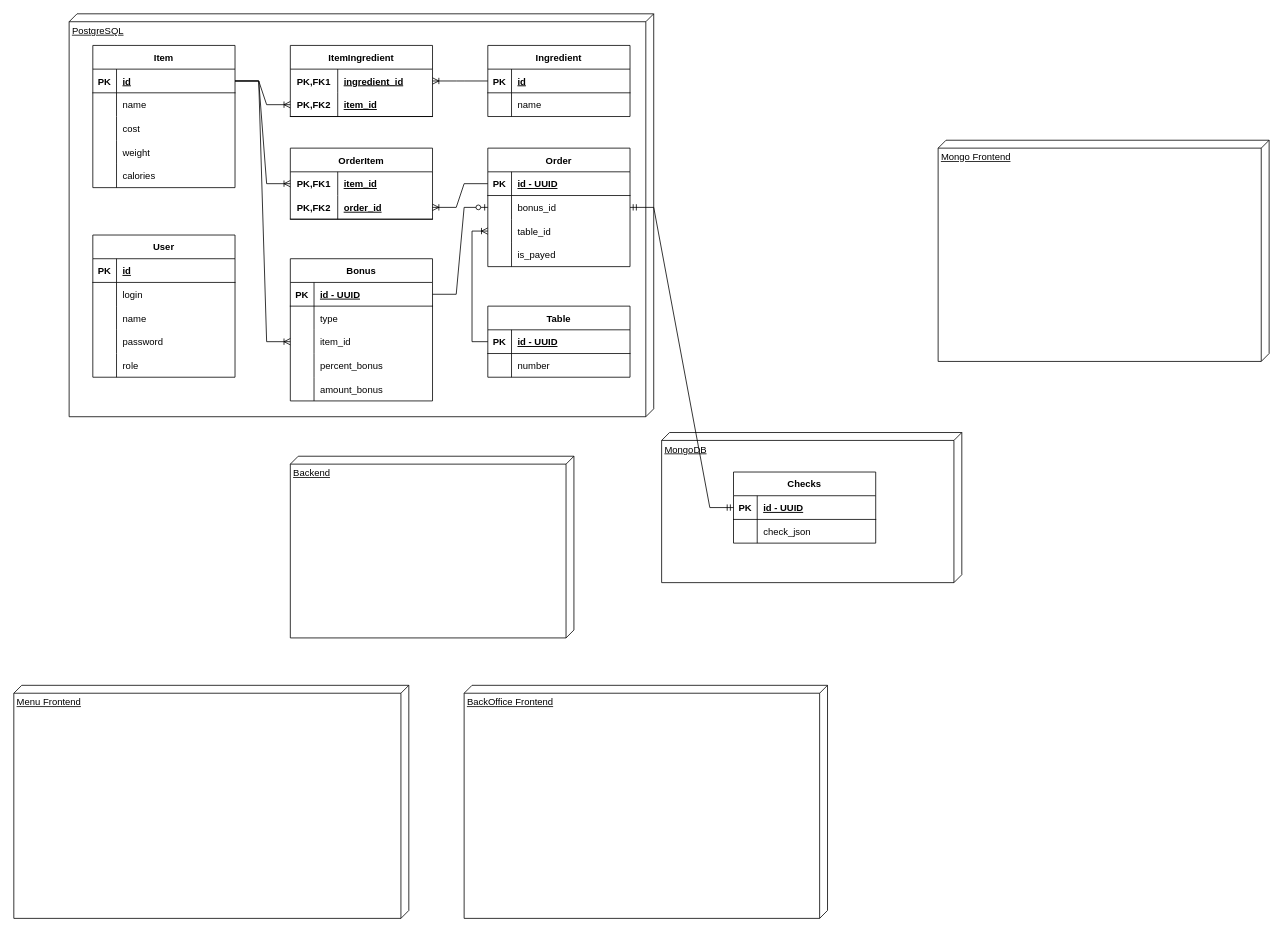
Before: Shishabar.drawio in ProdamGaraj/Shishabar, a draw.io diagram. Source tidied: cells renumbered, new cells numbered last; positions are measured from the earlier drawing's top-left corner, leaving out a move shared by most shapes. Both pictures are drawn from the tidied source at 79%, with x=0, y=0 at pixel (13, 13).
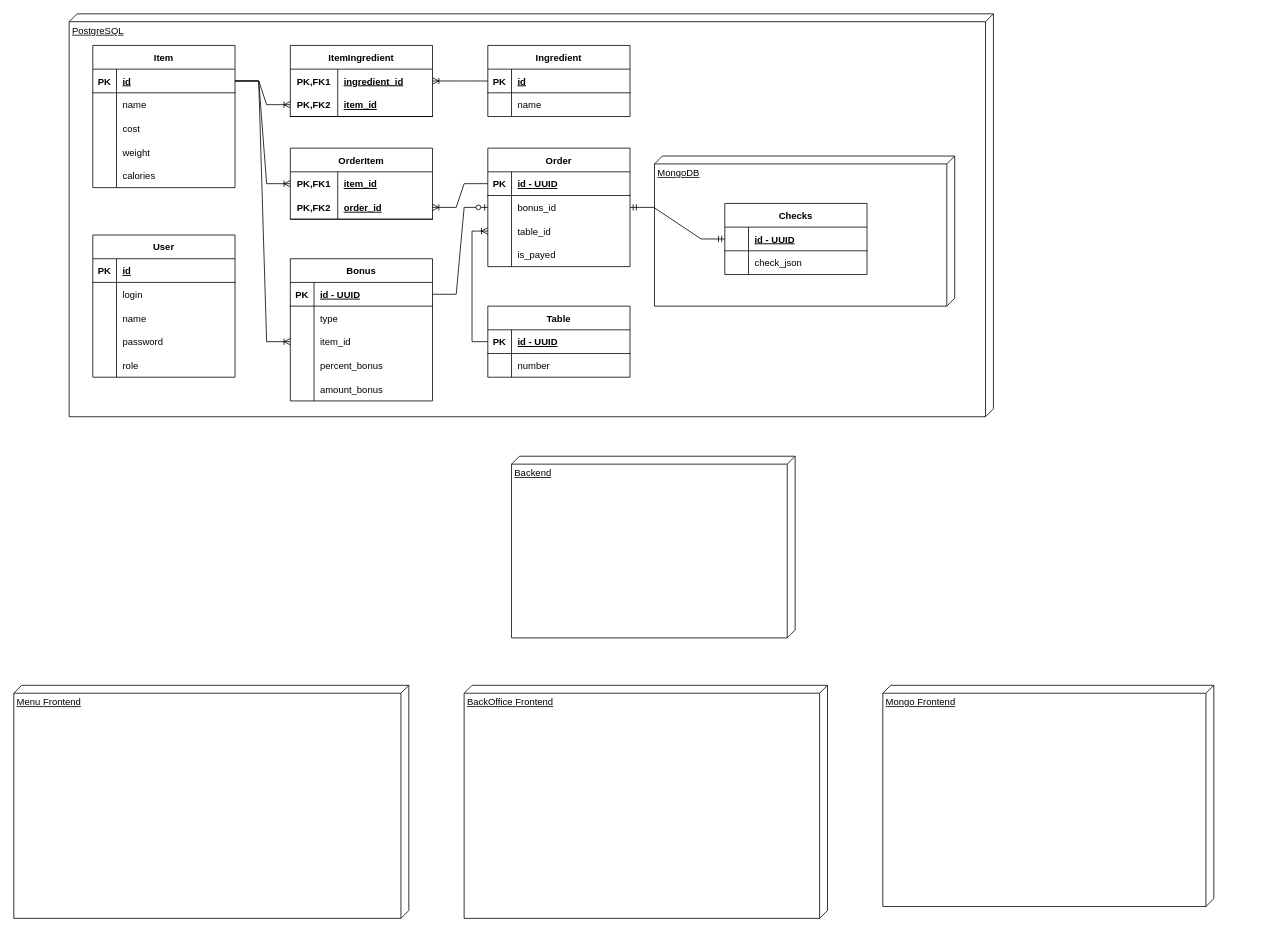
Above is the later version.

Unchanged cells that the change refers to:
```xml
<mxCell id="93" style="shape=tableRow;horizontal=0;startSize=0;swimlaneHead=0;swimlaneBody=0;fillColor=none;top=0;left=0;right=0;bottom=1;" parent="92" vertex="1">
  <mxGeometry y="30" width="180" height="30" as="geometry" />
</mxCell>
```

Diff of the diagram source:
```diff
@@
     <mxCell id="2" value="PostgreSQL" style="verticalAlign=top;align=left;spacingTop=8;spacingLeft=2;spacingRight=12;shape=cube;size=10;direction=south;fontStyle=4;html=1;" parent="1" vertex="1">
-      <mxGeometry x="70" width="740" height="510" as="geometry" />
+      <mxGeometry x="70" width="1170" height="510" as="geometry" />
     </mxCell>
@@
     <mxCell id="91" value="MongoDB" style="verticalAlign=top;align=left;spacingTop=8;spacingLeft=2;spacingRight=12;shape=cube;size=10;direction=south;fontStyle=4;html=1;fillColor=default;" parent="1" vertex="1">
-      <mxGeometry x="820" y="530" width="380" height="190" as="geometry" />
+      <mxGeometry x="811" y="180" width="380" height="190" as="geometry" />
     </mxCell>
     <mxCell id="92" value="Checks" style="shape=table;startSize=30;childLayout=tableLayout;rowLines=0;fontStyle=1;align=center;fillColor=none;" parent="1" vertex="1">
-      <mxGeometry x="911" y="580" width="180" height="90" as="geometry" />
+      <mxGeometry x="900" y="240" width="180" height="90" as="geometry" />
     </mxCell>
@@
-    <mxCell id="94" value="PK" style="shape=partialRectangle;fillColor=none;top=0;left=0;bottom=0;right=0;fontStyle=1;overflow=hidden;" parent="93" vertex="1">
+    <mxCell id="94" style="shape=partialRectangle;fillColor=none;top=0;left=0;bottom=0;right=0;fontStyle=1;overflow=hidden;" parent="93" vertex="1">
       <mxGeometry width="30" height="30" as="geometry" />
     </mxCell>
@@
     <mxCell id="110" value="Backend" style="verticalAlign=top;align=left;spacingTop=8;spacingLeft=2;spacingRight=12;shape=cube;size=10;direction=south;fontStyle=4;html=1;fillColor=default;" parent="1" vertex="1">
-      <mxGeometry x="350" y="560" width="359" height="230" as="geometry" />
+      <mxGeometry x="630" y="560" width="359" height="230" as="geometry" />
     </mxCell>
     <mxCell id="111" value="Mongo Frontend" style="verticalAlign=top;align=left;spacingTop=8;spacingLeft=2;spacingRight=12;shape=cube;size=10;direction=south;fontStyle=4;html=1;fillColor=default;" parent="1" vertex="1">
-      <mxGeometry x="1170" y="160" width="419" height="280" as="geometry" />
+      <mxGeometry x="1100" y="850" width="419" height="280" as="geometry" />
     </mxCell>
```
